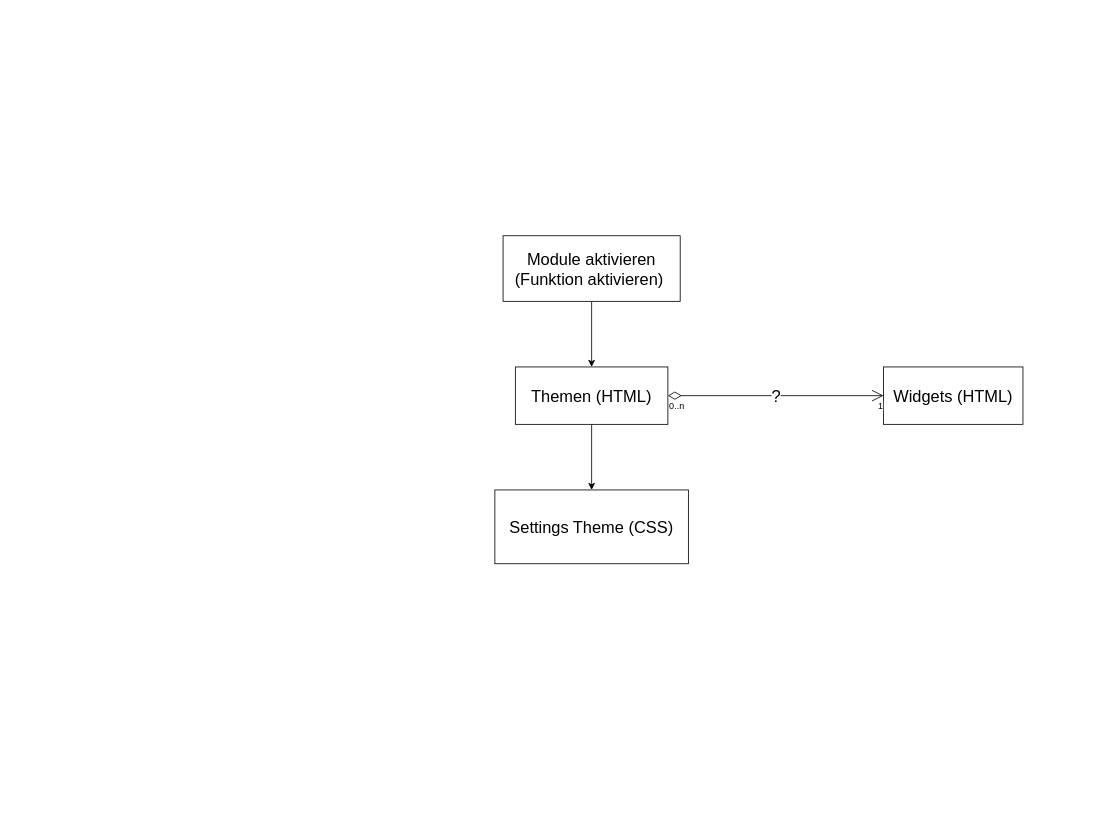
This is Einrichtungsreihfolge.drawio from masteryijian/Hallo-World-, a draw.io file, before an edit. Source tidied: cells renumbered, new cells numbered last; positions are measured from the earlier drawing's top-left corner, leaving out a move shared by most shapes. Both pictures are drawn from the tidied source at 82%, with x=0, y=0 at pixel (494, 235).
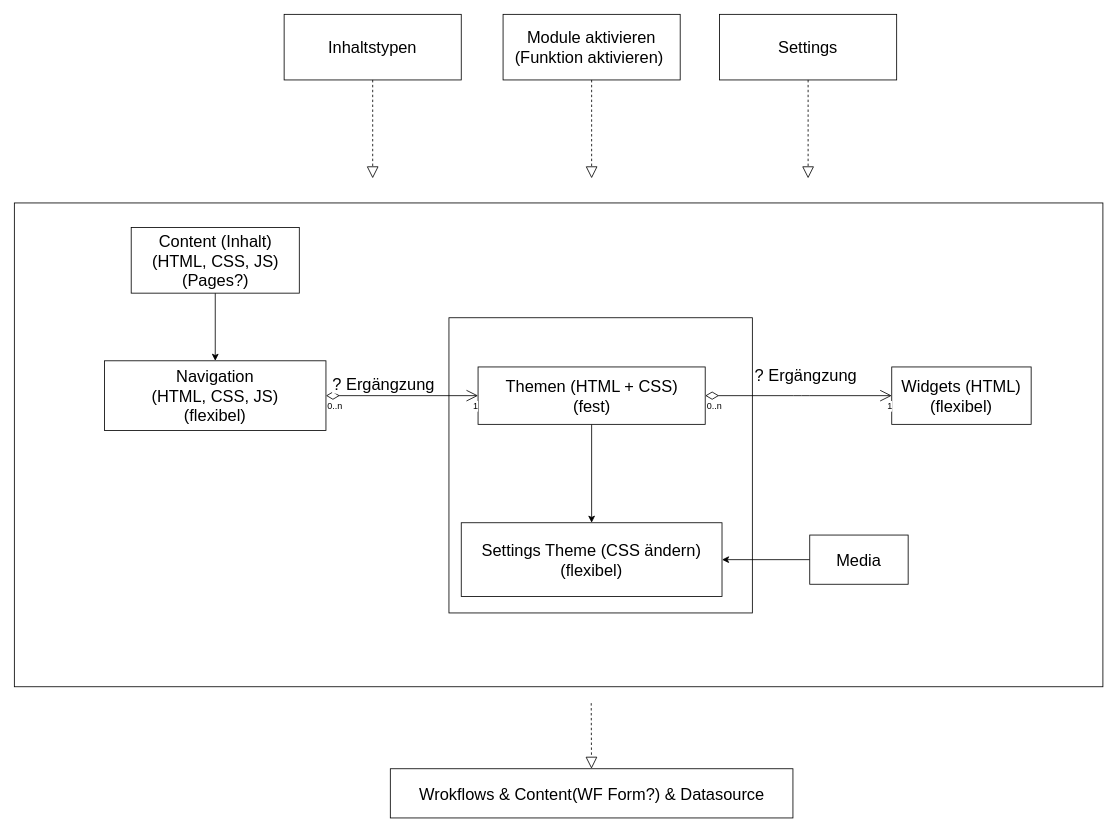
The same page after the edit.

The edit, as a diff of the source:
```diff
@@
-    <mxCell id="2" style="edgeStyle=orthogonalEdgeStyle;rounded=0;jettySize=auto;html=1;fontSize=20;" parent="1" edge="1" source="3" target="6">
-      <mxGeometry relative="1" as="geometry" />
-    </mxCell>
+    <mxCell id="11" style="rounded=0;whiteSpace=wrap;html=1;fontSize=20;" parent="1" vertex="1">
+      <mxGeometry x="-586" y="-40" width="1327.5" height="590" as="geometry" />
+    </mxCell>
+    <mxCell id="12" style="rounded=0;whiteSpace=wrap;html=1;fontSize=20;" parent="1" vertex="1">
+      <mxGeometry x="-56" y="100" width="370" height="360" as="geometry" />
+    </mxCell>
     <mxCell id="3" value="Module aktivieren (Funktion aktivieren)&amp;nbsp;" style="rounded=0;whiteSpace=wrap;html=1;fontSize=20;" parent="1" vertex="1">
-      <mxGeometry x="10" width="216" height="80" as="geometry" />
+      <mxGeometry x="10" y="-270" width="216" height="80" as="geometry" />
     </mxCell>
-    <mxCell id="4" value="Settings Theme (CSS)" style="rounded=0;whiteSpace=wrap;html=1;fontSize=20;" parent="1" vertex="1">
-      <mxGeometry y="310" width="236" height="90" as="geometry" />
+    <mxCell id="4" value="Settings Theme (CSS ändern)&lt;br&gt;(flexibel)" style="rounded=0;whiteSpace=wrap;html=1;fontSize=20;" parent="1" vertex="1">
+      <mxGeometry x="-41" y="350" width="318" height="90" as="geometry" />
     </mxCell>
-    <mxCell id="5" style="edgeStyle=orthogonalEdgeStyle;rounded=0;jettySize=auto;html=1;fontSize=20;" parent="1" edge="1" source="6" target="4">
+    <mxCell id="5" style="edgeStyle=orthogonalEdgeStyle;rounded=0;jettySize=auto;html=1;entryX=0.5;entryY=0;entryDx=0;entryDy=0;fontSize=20;" parent="1" edge="1" source="6" target="4">
       <mxGeometry relative="1" as="geometry" />
     </mxCell>
-    <mxCell id="6" value="Themen (HTML)" style="rounded=0;whiteSpace=wrap;html=1;fontSize=20;" parent="1" vertex="1">
-      <mxGeometry x="25" y="160" width="186" height="70" as="geometry" />
+    <mxCell id="6" value="Themen (HTML + CSS)&lt;br&gt;(fest)" style="rounded=0;whiteSpace=wrap;html=1;fontSize=20;" parent="1" vertex="1">
+      <mxGeometry x="-20.5" y="160" width="277" height="70" as="geometry" />
     </mxCell>
-    <mxCell id="7" value="Widgets (HTML)" style="rounded=0;whiteSpace=wrap;html=1;fontSize=20;" parent="1" vertex="1">
-      <mxGeometry x="474" y="160" width="170" height="70" as="geometry" />
+    <mxCell id="7" value="Widgets (HTML)&lt;br&gt;(flexibel)" style="rounded=0;whiteSpace=wrap;html=1;fontSize=20;" parent="1" vertex="1">
+      <mxGeometry x="484" y="160" width="170" height="70" as="geometry" />
     </mxCell>
-    <mxCell id="8" value="?" style="endArrow=open;html=1;endSize=12;startArrow=diamondThin;startSize=14;startFill=0;edgeStyle=orthogonalEdgeStyle;fontSize=20;exitX=1;exitY=0.5;exitDx=0;exitDy=0;entryX=0;entryY=0.5;entryDx=0;entryDy=0;" parent="1" edge="1" source="6" target="7">
-      <mxGeometry relative="1" as="geometry" />
+    <mxCell id="8" value="? Ergängzung" style="endArrow=open;html=1;endSize=12;startArrow=diamondThin;startSize=14;startFill=0;edgeStyle=orthogonalEdgeStyle;fontSize=20;exitX=1;exitY=0.5;exitDx=0;exitDy=0;entryX=0;entryY=0.5;entryDx=0;entryDy=0;" parent="1" edge="1" source="6" target="7">
+      <mxGeometry x="0.07" y="25" relative="1" as="geometry">
+        <Array as="points">
+          <mxPoint x="374" y="195" />
+          <mxPoint x="374" y="195" />
+        </Array>
+      </mxGeometry>
     </mxCell>
@@
+    <mxCell id="13" style="endArrow=block;dashed=1;endFill=0;endSize=12;html=1;fontSize=20;" parent="1" edge="1" source="3">
+      <mxGeometry relative="1" as="geometry">
+        <mxPoint x="118" y="-70" as="targetPoint" />
+      </mxGeometry>
+    </mxCell>
+    <mxCell id="14" value="Wrokflows &amp;amp; Content(WF Form?) &amp;amp; Datasource" style="rounded=0;whiteSpace=wrap;html=1;fontSize=20;" parent="1" vertex="1">
+      <mxGeometry x="-127.5" y="650" width="491" height="60" as="geometry" />
+    </mxCell>
+    <mxCell id="15" style="endArrow=block;dashed=1;endFill=0;endSize=12;html=1;fontSize=20;" parent="1" edge="1" target="14">
+      <mxGeometry relative="1" as="geometry">
+        <mxPoint x="117.5" y="570" as="sourcePoint" />
+      </mxGeometry>
+    </mxCell>
+    <mxCell id="16" value="Navigation&lt;br&gt;(HTML, CSS, JS)&lt;br&gt;(flexibel)" style="rounded=0;whiteSpace=wrap;html=1;fontSize=20;" parent="1" vertex="1">
+      <mxGeometry x="-476" y="152.5" width="270" height="85" as="geometry" />
+    </mxCell>
+    <mxCell id="17" style="edgeStyle=orthogonalEdgeStyle;rounded=0;jettySize=auto;html=1;fontSize=20;entryX=0.5;entryY=0;entryDx=0;entryDy=0;" parent="1" edge="1" source="18" target="16">
+      <mxGeometry relative="1" as="geometry" />
+    </mxCell>
+    <mxCell id="18" value="Content (Inhalt)&lt;br&gt;(HTML, CSS, JS)&lt;br&gt;(Pages?)" style="rounded=0;whiteSpace=wrap;html=1;fontSize=20;" parent="1" vertex="1">
+      <mxGeometry x="-443.5" y="-10" width="205" height="80" as="geometry" />
+    </mxCell>
+    <mxCell id="19" value="? Ergängzung" style="endArrow=open;html=1;endSize=12;startArrow=diamondThin;startSize=14;startFill=0;edgeStyle=orthogonalEdgeStyle;fontSize=20;exitX=1;exitY=0.5;exitDx=0;exitDy=0;entryX=0;entryY=0.5;entryDx=0;entryDy=0;" parent="1" edge="1" source="16" target="6">
+      <mxGeometry x="-0.25" y="15" relative="1" as="geometry" />
+    </mxCell>
+    <mxCell id="20" value="0..n" style="edgeLabel;html=1;align=left;verticalAlign=top;" parent="19" vertex="1">
+      <mxGeometry x="-1" relative="1" as="geometry" />
+    </mxCell>
+    <mxCell id="21" value="1" style="edgeLabel;html=1;align=right;verticalAlign=top;" parent="19" vertex="1">
+      <mxGeometry x="1" relative="1" as="geometry" />
+    </mxCell>
+    <mxCell id="22" value="Settings" style="rounded=0;whiteSpace=wrap;html=1;fontSize=20;" parent="1" vertex="1">
+      <mxGeometry x="274" y="-270" width="216" height="80" as="geometry" />
+    </mxCell>
+    <mxCell id="23" style="endArrow=block;dashed=1;endFill=0;endSize=12;html=1;fontSize=20;" parent="1" edge="1" source="22">
+      <mxGeometry relative="1" as="geometry">
+        <mxPoint x="382" y="-70" as="targetPoint" />
+      </mxGeometry>
+    </mxCell>
+    <mxCell id="24" value="Inhaltstypen" style="rounded=0;whiteSpace=wrap;html=1;fontSize=20;" parent="1" vertex="1">
+      <mxGeometry x="-257" y="-270" width="216" height="80" as="geometry" />
+    </mxCell>
+    <mxCell id="25" style="endArrow=block;dashed=1;endFill=0;endSize=12;html=1;fontSize=20;" parent="1" edge="1" source="24">
+      <mxGeometry relative="1" as="geometry">
+        <mxPoint x="-149" y="-70" as="targetPoint" />
+      </mxGeometry>
+    </mxCell>
+    <mxCell id="26" style="edgeStyle=orthogonalEdgeStyle;rounded=0;jettySize=auto;html=1;entryX=1;entryY=0.5;entryDx=0;entryDy=0;fontSize=20;" parent="1" edge="1" source="27" target="4">
+      <mxGeometry relative="1" as="geometry" />
+    </mxCell>
+    <mxCell id="27" value="Media" style="rounded=0;whiteSpace=wrap;html=1;fontSize=20;" parent="1" vertex="1">
+      <mxGeometry x="384" y="365" width="120" height="60" as="geometry" />
+    </mxCell>
```
